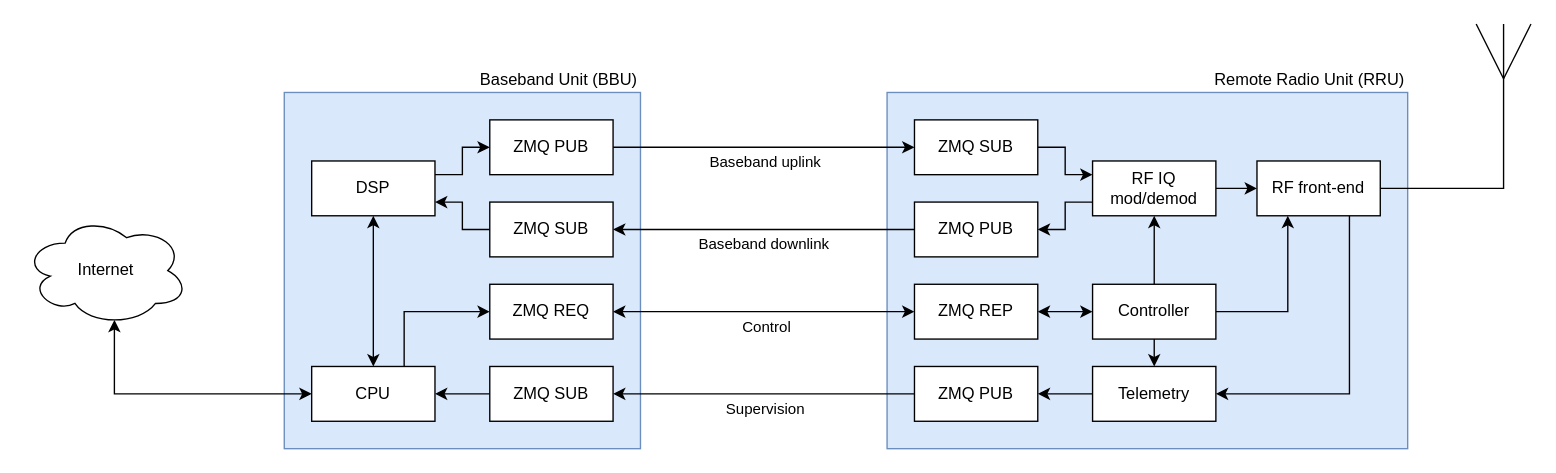
Above: gfx/CARI.drawio in M17-Project/CARI (draw.io), before the change. Source tidied: cells renumbered, new cells numbered last; positions are measured from the earlier drawing's top-left corner, leaving out a move shared by most shapes. Both pictures are drawn from the tidied source at 137%, with x=0, y=0 at pixel (23, 23).
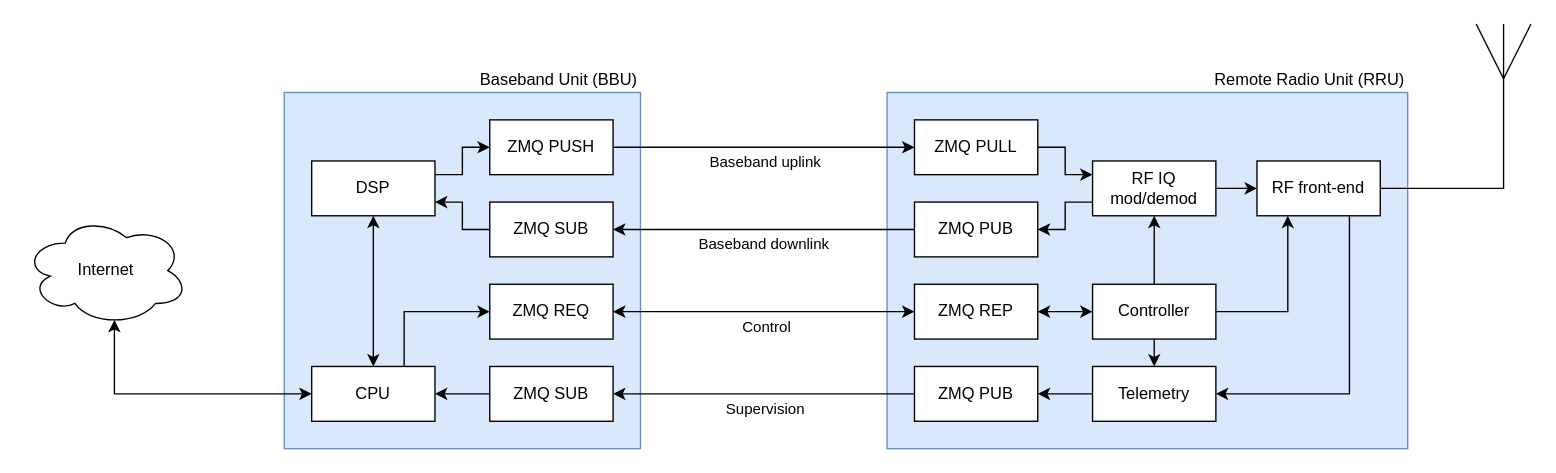
The same diagram, later.

The edit, as a diff of the source:
```diff
@@
-    <mxCell id="9" value="ZMQ SUB" style="rounded=0;whiteSpace=wrap;html=1;" parent="1" vertex="1">
+    <mxCell id="9" value="ZMQ PULL" style="rounded=0;whiteSpace=wrap;html=1;" parent="1" vertex="1">
       <mxGeometry x="650" y="70" width="90" height="40" as="geometry" />
     </mxCell>
@@
-    <mxCell id="27" value="ZMQ PUB" style="rounded=0;whiteSpace=wrap;html=1;" parent="1" vertex="1">
+    <mxCell id="27" value="ZMQ PUSH" style="rounded=0;whiteSpace=wrap;html=1;" parent="1" vertex="1">
       <mxGeometry x="340" y="70" width="90" height="40" as="geometry" />
     </mxCell>
```
